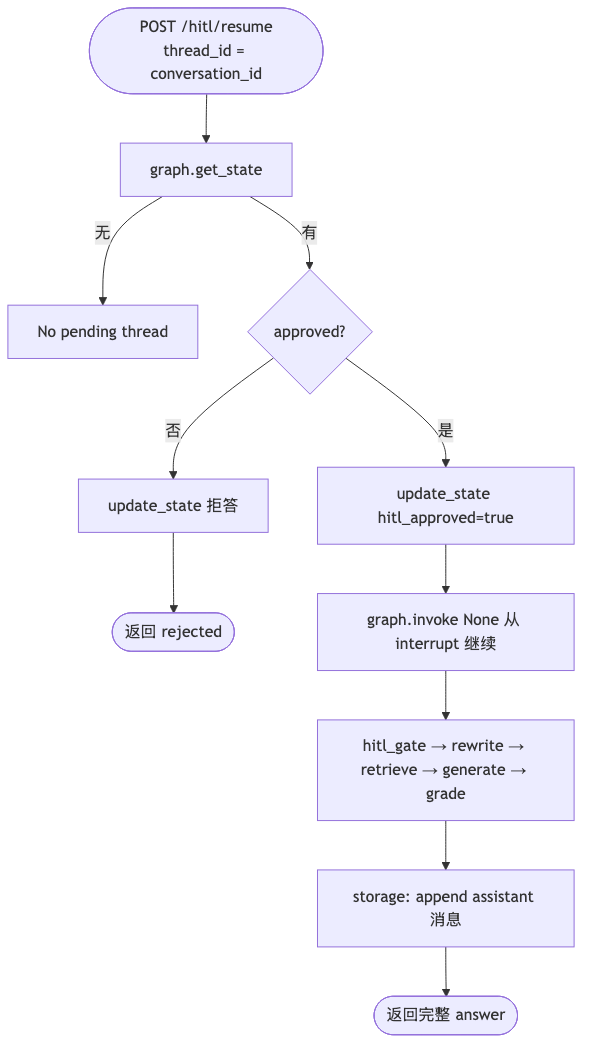
The Mermaid diagram project_00_rag_agent/docs/diagrams/09_hitl_resume.png in charlie-chann/ai-agent-langgraph-main, before a commit. Its source is kept beside it as project_00_rag_agent/docs/diagrams/source/09_hitl_resume.mmd.
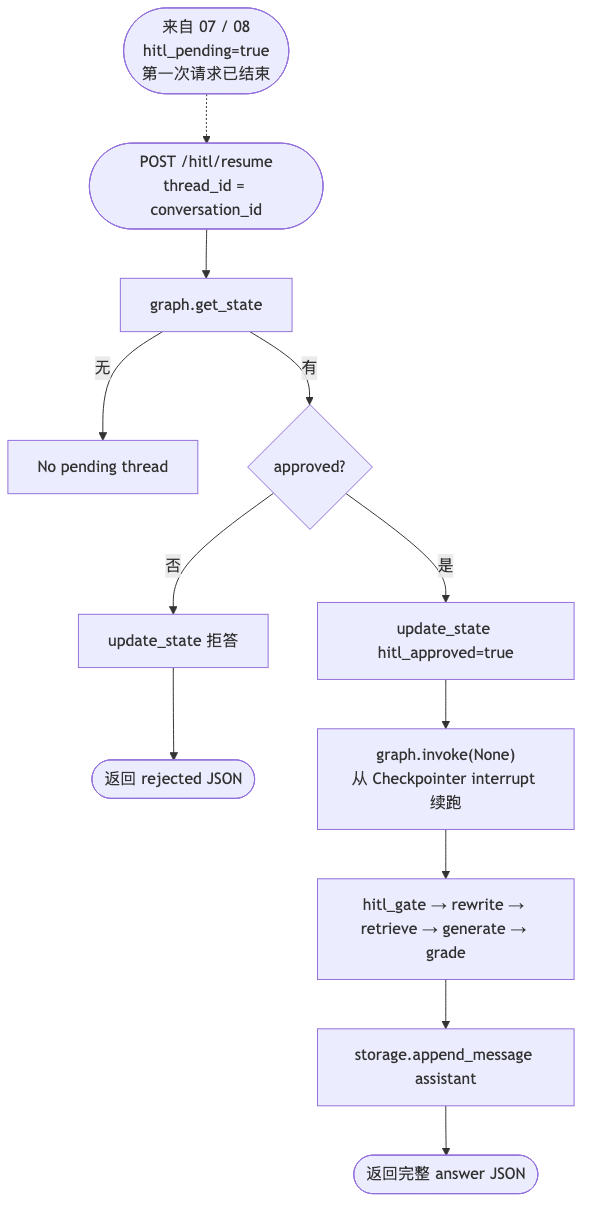
Later version of the same file.

Change to the diagram source:
```diff
@@ -1,13 +1,16 @@
 flowchart TD
+    FROM(["来自 07 / 08<br/>hitl_pending=true<br/>第一次请求已结束"]) -.-> START
+
     START([POST /hitl/resume<br/>thread_id = conversation_id]) --> SNAP[graph.get_state]
     SNAP -->|无| ERR[No pending thread]
     SNAP -->|有| APPROVE{approved?}
 
     APPROVE -->|否| REJECT[update_state 拒答]
-    REJECT --> END1([返回 rejected])
+    REJECT --> END1([返回 rejected JSON])
 
     APPROVE -->|是| UPDATE[update_state hitl_approved=true]
-    UPDATE --> RESUME[graph.invoke None 从 interrupt 继续]
+    UPDATE --> RESUME["graph.invoke(None)<br/>从 Checkpointer interrupt 续跑"]
     RESUME --> FLOW[hitl_gate → rewrite → retrieve → generate → grade]
-    FLOW --> SAVE[storage: append assistant 消息]
-    SAVE --> END2([返回完整 answer])
+    FLOW --> SAVE[storage.append_message assistant]
+    SAVE --> END2([返回完整 answer JSON])
+
```
